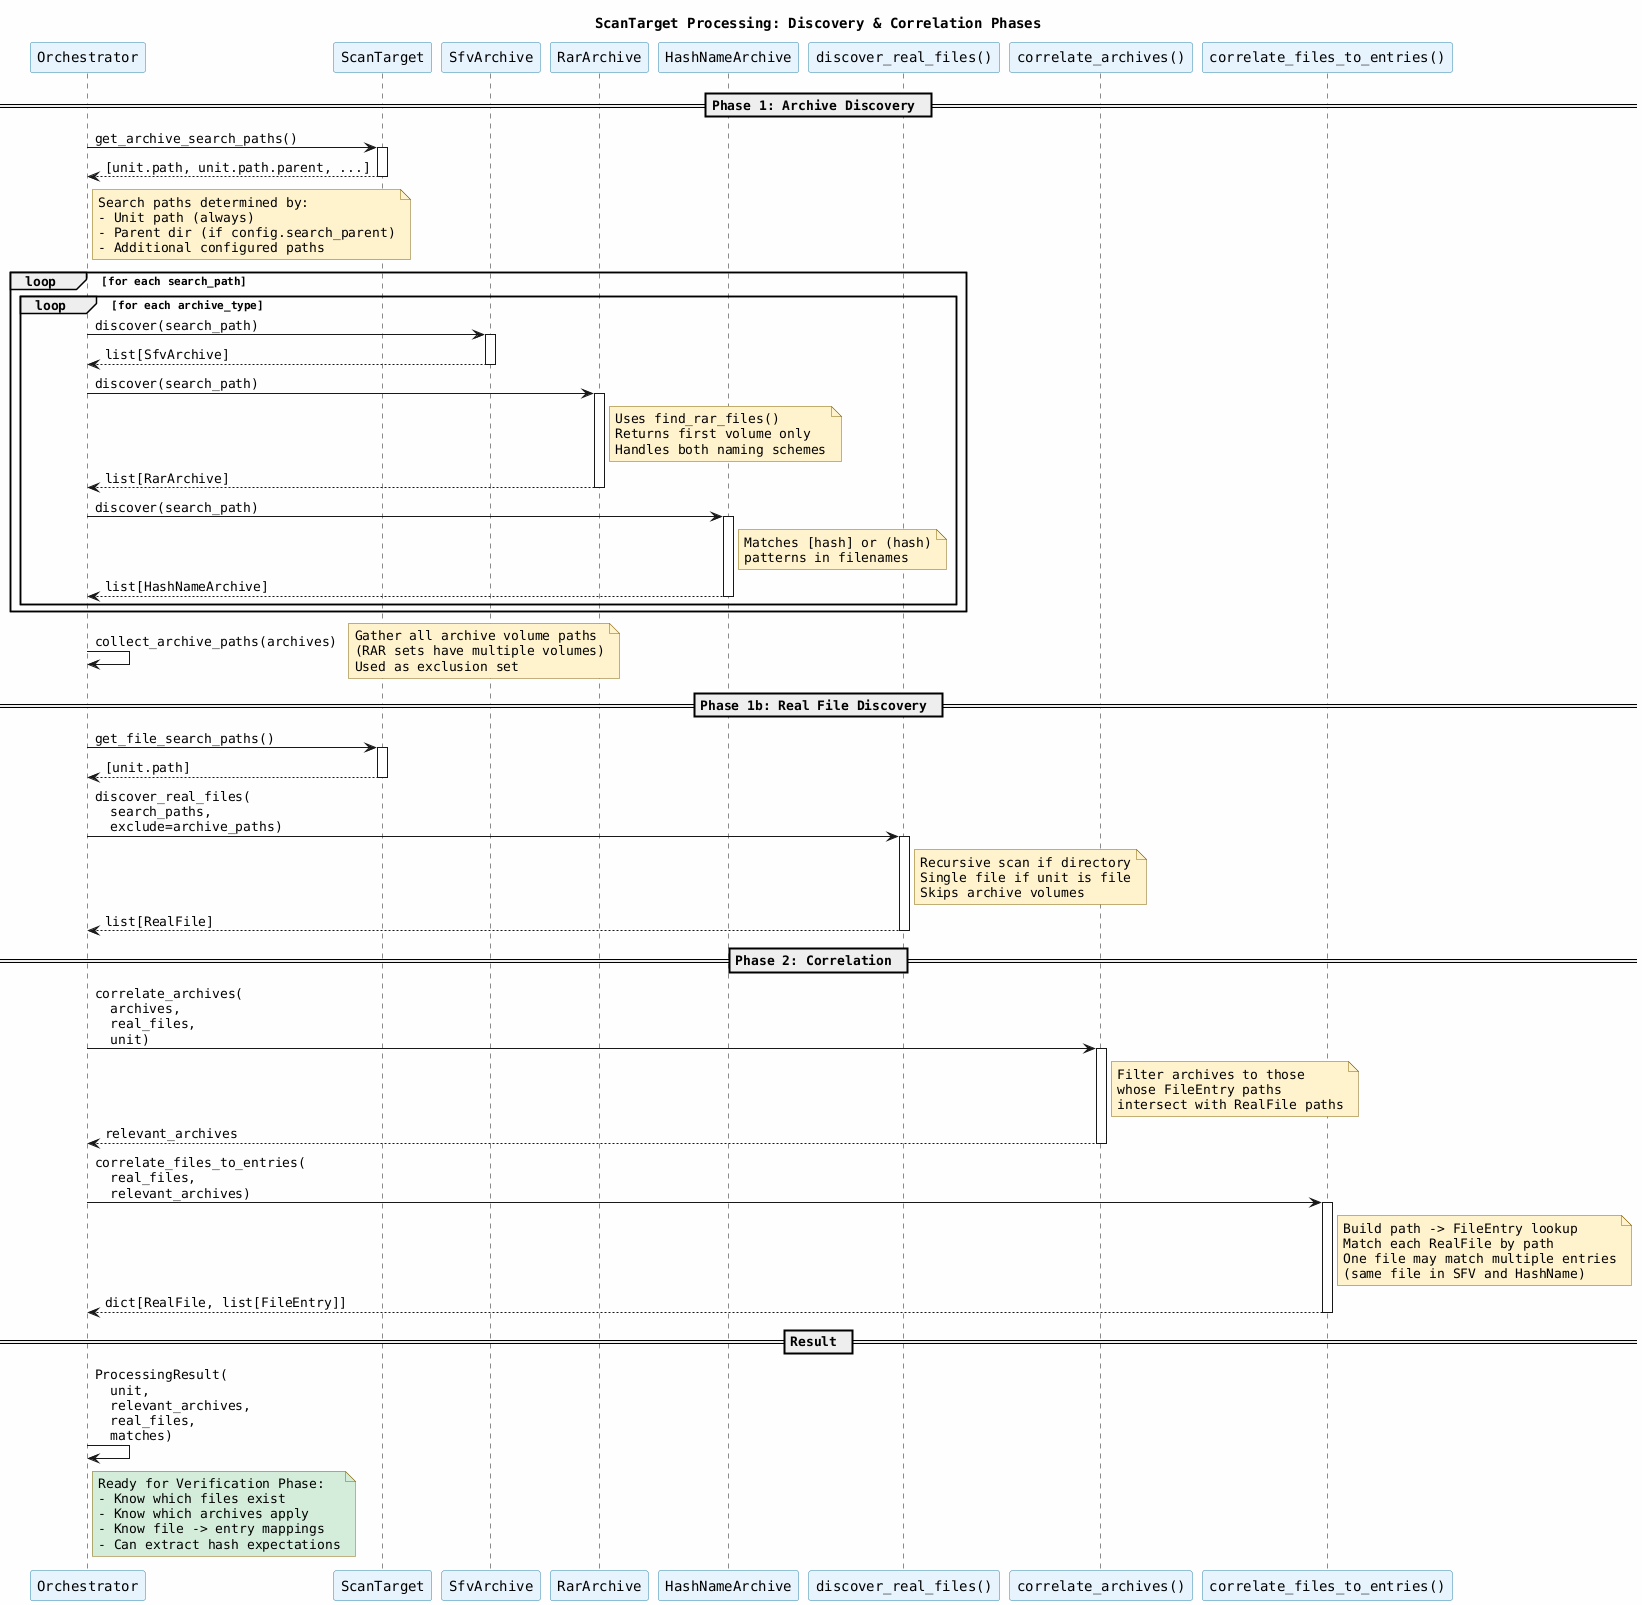
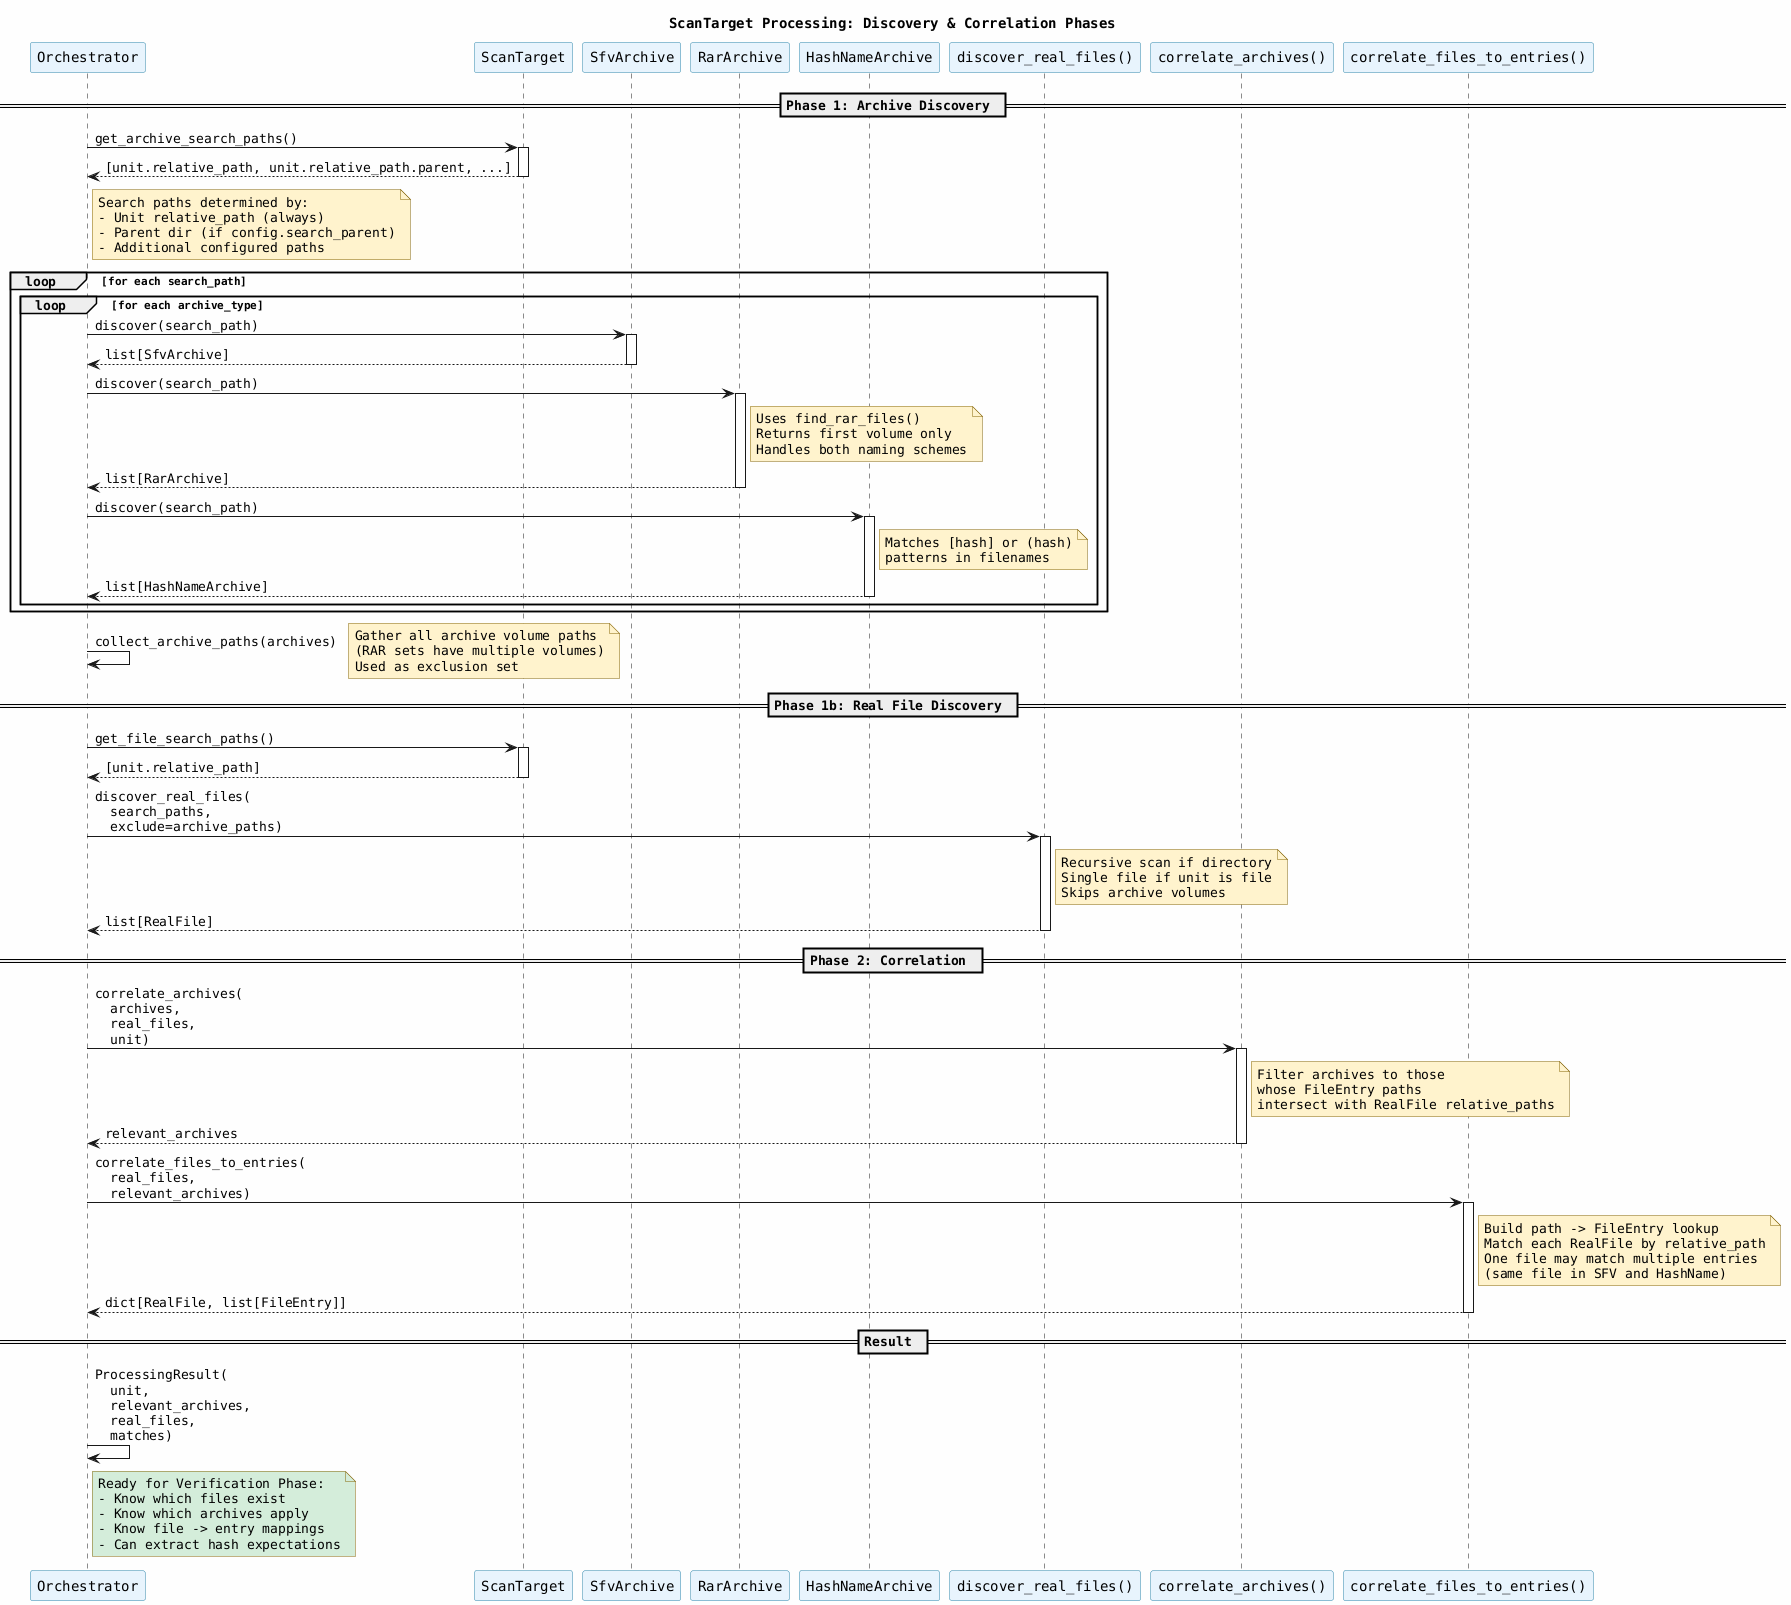
@startuml Discovery and Correlation Sequence

skinparam backgroundColor #FEFEFE
skinparam shadowing false
skinparam defaultFontName Monospaced

skinparam participant {
    BackgroundColor #E8F4FD
    BorderColor #2E86AB
}

skinparam note {
    BackgroundColor #FFF3CD
    BorderColor #856404
}

title ScanTarget Processing: Discovery & Correlation Phases

participant "Orchestrator" as Orch
participant "ScanTarget" as Unit
participant "SfvArchive" as Sfv
participant "RarArchive" as Rar
participant "HashNameArchive" as Hnf
participant "discover_real_files()" as DRF
participant "correlate_archives()" as CA
participant "correlate_files_to_entries()" as CFE

== Phase 1: Archive Discovery ==

Orch -> Unit : get_archive_search_paths()
activate Unit

- Unit --> Orch : [unit.path, unit.path.parent, ...]
+ Unit --> Orch : [unit.relative_path, unit.relative_path.parent, ...]
deactivate Unit

note right of Orch
    Search paths determined by:
-     - Unit path (always)
+     - Unit relative_path (always)
    - Parent dir (if config.search_parent)
    - Additional configured paths
end note

loop for each search_path
    loop for each archive_type

        Orch -> Sfv : discover(search_path)
        activate Sfv
        Sfv --> Orch : list[SfvArchive]
        deactivate Sfv

        Orch -> Rar : discover(search_path)
        activate Rar
        note right of Rar
            Uses find_rar_files()
            Returns first volume only
            Handles both naming schemes
        end note
        Rar --> Orch : list[RarArchive]
        deactivate Rar

        Orch -> Hnf : discover(search_path)
        activate Hnf
        note right of Hnf
            Matches [hash] or (hash)
            patterns in filenames
        end note
        Hnf --> Orch : list[HashNameArchive]
        deactivate Hnf

    end
end

Orch -> Orch : collect_archive_paths(archives)
note right
    Gather all archive volume paths
    (RAR sets have multiple volumes)
    Used as exclusion set
end note

== Phase 1b: Real File Discovery ==

Orch -> Unit : get_file_search_paths()
activate Unit
- Unit --> Orch : [unit.path]
+ Unit --> Orch : [unit.relative_path]
deactivate Unit

Orch -> DRF : discover_real_files(\n  search_paths,\n  exclude=archive_paths)
activate DRF

note right of DRF
    Recursive scan if directory
    Single file if unit is file
    Skips archive volumes
end note

DRF --> Orch : list[RealFile]
deactivate DRF

== Phase 2: Correlation ==

Orch -> CA : correlate_archives(\n  archives,\n  real_files,\n  unit)
activate CA

note right of CA
    Filter archives to those
    whose FileEntry paths
-     intersect with RealFile paths
+     intersect with RealFile relative_paths
end note

CA --> Orch : relevant_archives
deactivate CA

Orch -> CFE : correlate_files_to_entries(\n  real_files,\n  relevant_archives)
activate CFE

note right of CFE
    Build path -> FileEntry lookup
-     Match each RealFile by path
+     Match each RealFile by relative_path
    One file may match multiple entries
    (same file in SFV and HashName)
end note

CFE --> Orch : dict[RealFile, list[FileEntry]]
deactivate CFE

== Result ==

Orch -> Orch : ProcessingResult(\n  unit,\n  relevant_archives,\n  real_files,\n  matches)

note right of Orch #D4EDDA
    Ready for Verification Phase:
    - Know which files exist
    - Know which archives apply
    - Know file -> entry mappings
    - Can extract hash expectations
end note

@enduml
